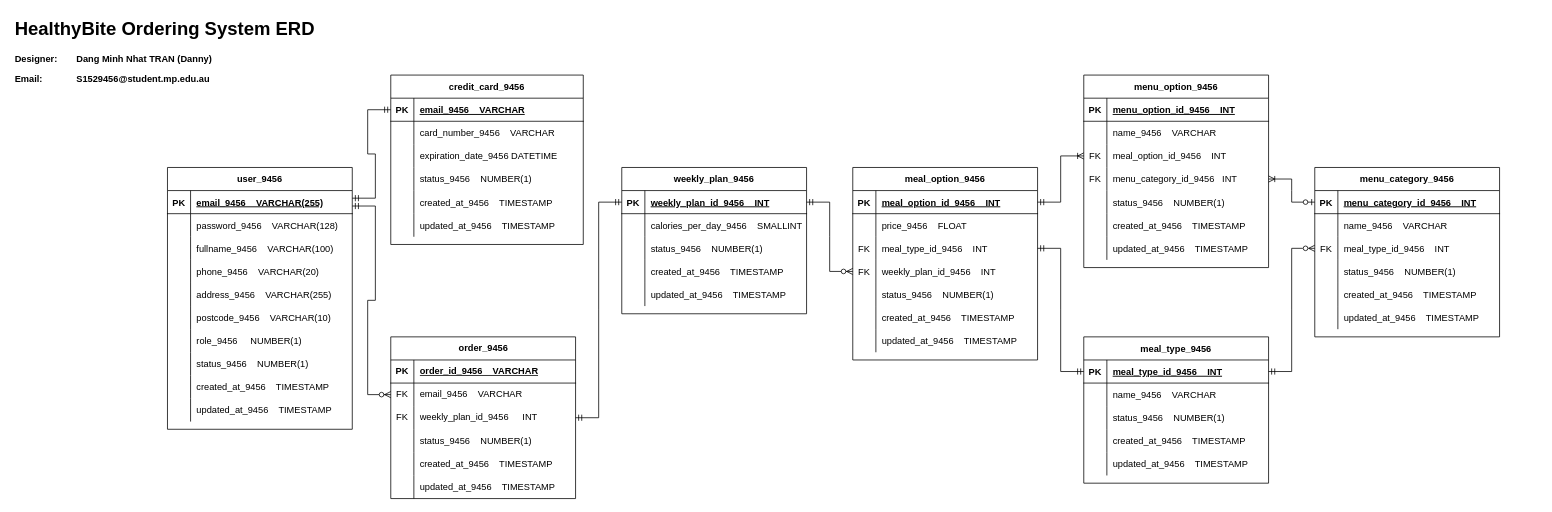
Above: Untitled Diagram.drawio in DannyTran3000/er_diagram (draw.io), before the change. Source tidied: cells renumbered, new cells numbered last; positions are measured from the earlier drawing's top-left corner, leaving out a move shared by most shapes. Both pictures are drawn from the tidied source at 77%, with x=0, y=0 at pixel (13, 13).
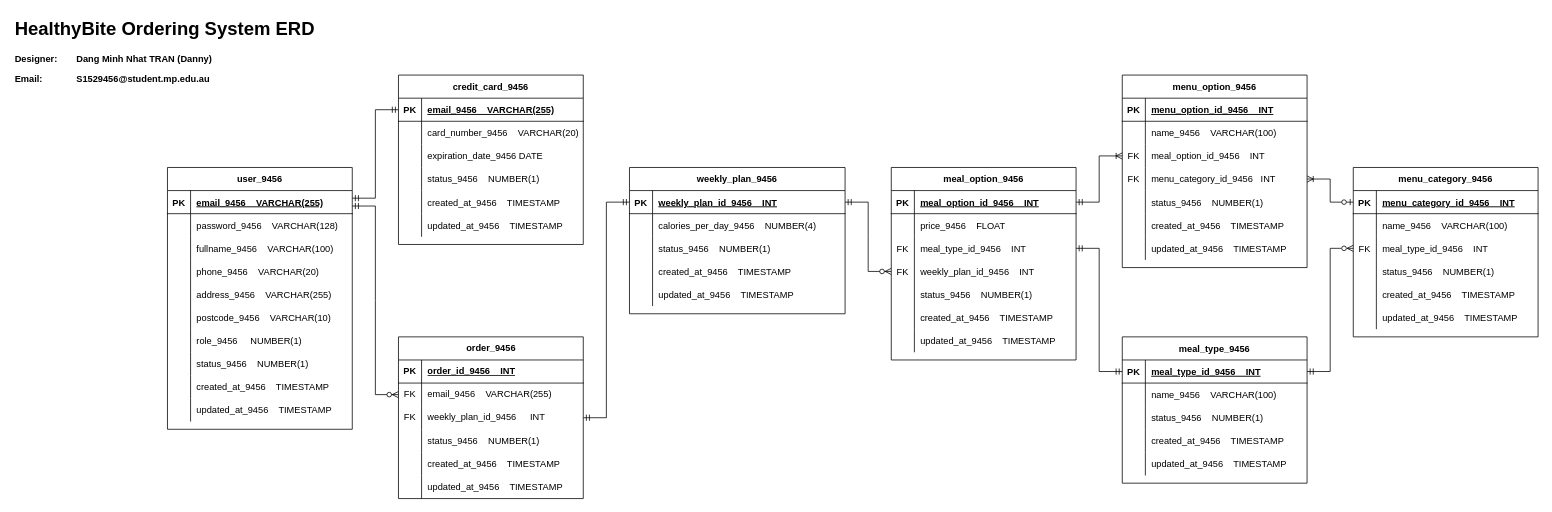
Above is the later version.

The change refers to these unchanged cells:
```xml
<mxCell id="25" style="shape=partialRectangle;fillColor=none;top=0;left=0;right=0;bottom=0;" parent="21" vertex="1">
  <mxGeometry y="60" width="240" height="30" as="geometry" />
</mxCell>
<mxCell id="96" style="shape=partialRectangle;fillColor=none;top=0;left=0;right=0;bottom=0;" parent="92" vertex="1">
  <mxGeometry y="60" width="240" height="30" as="geometry" />
</mxCell>
<mxCell id="118" style="shape=partialRectangle;fillColor=none;top=0;left=0;right=0;bottom=0;" parent="114" vertex="1">
  <mxGeometry y="60" width="240" height="30" as="geometry" />
</mxCell>
<mxCell id="137" style="shape=partialRectangle;fillColor=none;top=0;left=0;right=0;bottom=0;" parent="133" vertex="1">
  <mxGeometry y="60" width="240" height="30" as="geometry" />
</mxCell>
<mxCell id="157" style="shape=tableRow;horizontal=0;startSize=0;swimlaneHead=0;swimlaneBody=0;fillColor=none;top=0;left=0;right=0;bottom=1;" parent="156" vertex="1">
  <mxGeometry y="30" width="240" height="30" as="geometry" />
</mxCell>
<mxCell id="160" style="shape=tableRow;horizontal=0;startSize=0;swimlaneHead=0;swimlaneBody=0;fillColor=none;points=[[0,0.5],[1,0.5]];portConstraint=eastwest;top=0;left=0;right=0;bottom=0;" parent="156" vertex="1">
  <mxGeometry y="60" width="240" height="30" as="geometry" />
</mxCell>
```

Diff of the diagram source:
```diff
@@
     <mxCell id="2" value="credit_card_9456" style="shape=table;startSize=30;childLayout=tableLayout;rowLines=0;fontStyle=1;align=center;" parent="1" vertex="1">
-      <mxGeometry x="490" y="80" width="250" height="220" as="geometry" />
+      <mxGeometry x="500" y="80" width="240" height="220" as="geometry" />
     </mxCell>
     <mxCell id="3" style="shape=partialRectangle;fillColor=none;points=[[0,0.5],[1,0.5]];portConstraint=eastwest;top=0;left=0;right=0;bottom=1;" parent="2" vertex="1">
-      <mxGeometry y="30" width="250" height="30" as="geometry" />
+      <mxGeometry y="30" width="240" height="30" as="geometry" />
     </mxCell>
@@
-    <mxCell id="5" value="email_9456    VARCHAR" style="shape=partialRectangle;overflow=hidden;fillColor=none;top=0;left=0;bottom=0;right=0;align=left;spacingLeft=6;fontStyle=5;" parent="3" vertex="1">
-      <mxGeometry x="30" width="220" height="30" as="geometry" />
+    <mxCell id="5" value="email_9456    VARCHAR(255)" style="shape=partialRectangle;overflow=hidden;fillColor=none;top=0;left=0;bottom=0;right=0;align=left;spacingLeft=6;fontStyle=5;" parent="3" vertex="1">
+      <mxGeometry x="30" width="210" height="30" as="geometry" />
     </mxCell>
     <mxCell id="6" style="shape=partialRectangle;fillColor=none;top=0;left=0;right=0;bottom=0;" parent="2" vertex="1">
-      <mxGeometry y="60" width="250" height="30" as="geometry" />
+      <mxGeometry y="60" width="240" height="30" as="geometry" />
     </mxCell>
@@
-    <mxCell id="8" value="card_number_9456    VARCHAR" style="shape=partialRectangle;overflow=hidden;fillColor=none;top=0;left=0;bottom=0;right=0;align=left;spacingLeft=6;" parent="6" vertex="1">
-      <mxGeometry x="30" width="220" height="30" as="geometry" />
+    <mxCell id="8" value="card_number_9456    VARCHAR(20)" style="shape=partialRectangle;overflow=hidden;fillColor=none;top=0;left=0;bottom=0;right=0;align=left;spacingLeft=6;" parent="6" vertex="1">
+      <mxGeometry x="30" width="210" height="30" as="geometry" />
     </mxCell>
     <mxCell id="9" style="shape=partialRectangle;fillColor=none;top=0;left=0;right=0;bottom=0;" parent="2" vertex="1">
-      <mxGeometry y="90" width="250" height="30" as="geometry" />
+      <mxGeometry y="90" width="240" height="30" as="geometry" />
     </mxCell>
@@
-    <mxCell id="11" value="expiration_date_9456 DATETIME" style="shape=partialRectangle;overflow=hidden;fillColor=none;top=0;left=0;bottom=0;right=0;align=left;spacingLeft=6;" parent="9" vertex="1">
-      <mxGeometry x="30" width="220" height="30" as="geometry" />
+    <mxCell id="11" value="expiration_date_9456 DATE" style="shape=partialRectangle;overflow=hidden;fillColor=none;top=0;left=0;bottom=0;right=0;align=left;spacingLeft=6;" parent="9" vertex="1">
+      <mxGeometry x="30" width="210" height="30" as="geometry" />
     </mxCell>
     <mxCell id="12" style="shape=partialRectangle;fillColor=none;top=0;left=0;right=0;bottom=0;" parent="2" vertex="1">
-      <mxGeometry y="120" width="250" height="30" as="geometry" />
+      <mxGeometry y="120" width="240" height="30" as="geometry" />
     </mxCell>
@@
     <mxCell id="14" value="status_9456    NUMBER(1)" style="shape=partialRectangle;overflow=hidden;fillColor=none;top=0;left=0;bottom=0;right=0;align=left;spacingLeft=6;" parent="12" vertex="1">
-      <mxGeometry x="30" width="220" height="30" as="geometry" />
+      <mxGeometry x="30" width="210" height="30" as="geometry" />
     </mxCell>
     <mxCell id="15" style="shape=partialRectangle;fillColor=none;top=0;left=0;right=0;bottom=0;" parent="2" vertex="1">
-      <mxGeometry y="150" width="250" height="30" as="geometry" />
+      <mxGeometry y="150" width="240" height="30" as="geometry" />
     </mxCell>
@@
     <mxCell id="17" value="created_at_9456    TIMESTAMP" style="shape=partialRectangle;overflow=hidden;fillColor=none;top=0;left=0;bottom=0;right=0;align=left;spacingLeft=6;" parent="15" vertex="1">
-      <mxGeometry x="30" width="220" height="30" as="geometry" />
+      <mxGeometry x="30" width="210" height="30" as="geometry" />
     </mxCell>
     <mxCell id="18" style="shape=partialRectangle;fillColor=none;top=0;left=0;right=0;bottom=0;" parent="2" vertex="1">
-      <mxGeometry y="180" width="250" height="30" as="geometry" />
+      <mxGeometry y="180" width="240" height="30" as="geometry" />
     </mxCell>
@@
     <mxCell id="20" value="updated_at_9456    TIMESTAMP" style="shape=partialRectangle;overflow=hidden;fillColor=none;top=0;left=0;bottom=0;right=0;align=left;spacingLeft=6;" parent="18" vertex="1">
-      <mxGeometry x="30" width="220" height="30" as="geometry" />
+      <mxGeometry x="30" width="210" height="30" as="geometry" />
     </mxCell>
     <mxCell id="21" value="meal_option_9456" style="shape=table;startSize=30;childLayout=tableLayout;rowLines=0;fontStyle=1;align=center;" parent="1" vertex="1">
-      <mxGeometry x="1090" y="200" width="240" height="250" as="geometry" />
+      <mxGeometry x="1140" y="200" width="240" height="250" as="geometry" />
     </mxCell>
@@
-    <mxCell id="27" value="price_9456    FLOAT " style="shape=partialRectangle;overflow=hidden;fillColor=none;top=0;left=0;bottom=0;right=0;align=left;spacingLeft=6;" parent="25" vertex="1">
+    <mxCell id="27" value="price_9456    FLOAT" style="shape=partialRectangle;overflow=hidden;fillColor=none;top=0;left=0;bottom=0;right=0;align=left;spacingLeft=6;" parent="25" vertex="1">
       <mxGeometry x="30" width="210" height="30" as="geometry" />
     </mxCell>
@@
     <mxCell id="75" value="weekly_plan_9456" style="shape=table;startSize=30;childLayout=tableLayout;rowLines=0;fontStyle=1;align=center;" parent="1" vertex="1">
-      <mxGeometry x="790" y="200" width="240" height="190" as="geometry" />
+      <mxGeometry x="800" y="200" width="280" height="190" as="geometry" />
     </mxCell>
     <mxCell id="76" style="shape=partialRectangle;fillColor=none;points=[[0,0.5],[1,0.5]];portConstraint=eastwest;top=0;left=0;right=0;bottom=1;" parent="75" vertex="1">
-      <mxGeometry y="30" width="240" height="30" as="geometry" />
+      <mxGeometry y="30" width="280" height="30" as="geometry" />
     </mxCell>
@@
     <mxCell id="78" value="weekly_plan_id_9456    INT" style="shape=partialRectangle;overflow=hidden;fillColor=none;top=0;left=0;bottom=0;right=0;align=left;spacingLeft=6;fontStyle=5;" parent="76" vertex="1">
-      <mxGeometry x="30" width="210" height="30" as="geometry" />
+      <mxGeometry x="30" width="250" height="30" as="geometry" />
     </mxCell>
     <mxCell id="79" style="shape=partialRectangle;fillColor=none;top=0;left=0;right=0;bottom=0;" parent="75" vertex="1">
-      <mxGeometry y="60" width="240" height="30" as="geometry" />
+      <mxGeometry y="60" width="280" height="30" as="geometry" />
     </mxCell>
@@
-    <mxCell id="81" value="calories_per_day_9456    SMALLINT" style="shape=partialRectangle;overflow=hidden;fillColor=none;top=0;left=0;bottom=0;right=0;align=left;spacingLeft=6;" parent="79" vertex="1">
-      <mxGeometry x="30" width="210" height="30" as="geometry" />
+    <mxCell id="81" value="calories_per_day_9456    NUMBER(4)" style="shape=partialRectangle;overflow=hidden;fillColor=none;top=0;left=0;bottom=0;right=0;align=left;spacingLeft=6;" parent="79" vertex="1">
+      <mxGeometry x="30" width="250" height="30" as="geometry" />
     </mxCell>
     <mxCell id="82" style="shape=partialRectangle;fillColor=none;top=0;left=0;right=0;bottom=0;" parent="75" vertex="1">
-      <mxGeometry y="90" width="240" height="30" as="geometry" />
+      <mxGeometry y="90" width="280" height="30" as="geometry" />
     </mxCell>
@@
     <mxCell id="84" value="status_9456    NUMBER(1)" style="shape=partialRectangle;overflow=hidden;fillColor=none;top=0;left=0;bottom=0;right=0;align=left;spacingLeft=6;" parent="82" vertex="1">
-      <mxGeometry x="30" width="210" height="30" as="geometry" />
+      <mxGeometry x="30" width="250" height="30" as="geometry" />
     </mxCell>
     <mxCell id="85" style="shape=partialRectangle;fillColor=none;top=0;left=0;right=0;bottom=0;" parent="75" vertex="1">
-      <mxGeometry y="120" width="240" height="30" as="geometry" />
+      <mxGeometry y="120" width="280" height="30" as="geometry" />
     </mxCell>
@@
     <mxCell id="87" value="created_at_9456    TIMESTAMP" style="shape=partialRectangle;overflow=hidden;fillColor=none;top=0;left=0;bottom=0;right=0;align=left;spacingLeft=6;" parent="85" vertex="1">
-      <mxGeometry x="30" width="210" height="30" as="geometry" />
+      <mxGeometry x="30" width="250" height="30" as="geometry" />
     </mxCell>
     <mxCell id="88" style="shape=partialRectangle;fillColor=none;top=0;left=0;right=0;bottom=0;" parent="75" vertex="1">
-      <mxGeometry y="150" width="240" height="30" as="geometry" />
+      <mxGeometry y="150" width="280" height="30" as="geometry" />
     </mxCell>
@@
     <mxCell id="90" value="updated_at_9456    TIMESTAMP" style="shape=partialRectangle;overflow=hidden;fillColor=none;top=0;left=0;bottom=0;right=0;align=left;spacingLeft=6;" parent="88" vertex="1">
-      <mxGeometry x="30" width="210" height="30" as="geometry" />
+      <mxGeometry x="30" width="250" height="30" as="geometry" />
     </mxCell>
@@
     <mxCell id="92" value="menu_option_9456" style="shape=table;startSize=30;childLayout=tableLayout;rowLines=0;fontStyle=1;align=center;" parent="1" vertex="1">
-      <mxGeometry x="1390" y="80" width="240" height="250" as="geometry" />
+      <mxGeometry x="1440" y="80" width="240" height="250" as="geometry" />
     </mxCell>
@@
-    <mxCell id="98" value="name_9456    VARCHAR" style="shape=partialRectangle;overflow=hidden;fillColor=none;top=0;left=0;bottom=0;right=0;align=left;spacingLeft=6;" parent="96" vertex="1">
+    <mxCell id="98" value="name_9456    VARCHAR(100)" style="shape=partialRectangle;overflow=hidden;fillColor=none;top=0;left=0;bottom=0;right=0;align=left;spacingLeft=6;" parent="96" vertex="1">
       <mxGeometry x="30" width="210" height="30" as="geometry" />
     </mxCell>
@@
     <mxCell id="114" value="menu_category_9456" style="shape=table;startSize=30;childLayout=tableLayout;rowLines=0;fontStyle=1;align=center;" parent="1" vertex="1">
-      <mxGeometry x="1690" y="200" width="240" height="220" as="geometry" />
+      <mxGeometry x="1740" y="200" width="240" height="220" as="geometry" />
     </mxCell>
@@
-    <mxCell id="120" value="name_9456    VARCHAR" style="shape=partialRectangle;overflow=hidden;fillColor=none;top=0;left=0;bottom=0;right=0;align=left;spacingLeft=6;" parent="118" vertex="1">
+    <mxCell id="120" value="name_9456    VARCHAR(100)" style="shape=partialRectangle;overflow=hidden;fillColor=none;top=0;left=0;bottom=0;right=0;align=left;spacingLeft=6;" parent="118" vertex="1">
       <mxGeometry x="30" width="210" height="30" as="geometry" />
     </mxCell>
@@
     <mxCell id="133" value="meal_type_9456" style="shape=table;startSize=30;childLayout=tableLayout;rowLines=0;fontStyle=1;align=center;" parent="1" vertex="1">
-      <mxGeometry x="1390" y="420" width="240" height="190" as="geometry" />
+      <mxGeometry x="1440" y="420" width="240" height="190" as="geometry" />
     </mxCell>
@@
-    <mxCell id="139" value="name_9456    VARCHAR" style="shape=partialRectangle;overflow=hidden;fillColor=none;top=0;left=0;bottom=0;right=0;align=left;spacingLeft=6;" parent="137" vertex="1">
+    <mxCell id="139" value="name_9456    VARCHAR(100)" style="shape=partialRectangle;overflow=hidden;fillColor=none;top=0;left=0;bottom=0;right=0;align=left;spacingLeft=6;" parent="137" vertex="1">
       <mxGeometry x="30" width="210" height="30" as="geometry" />
     </mxCell>
@@
     <mxCell id="156" value="order_9456" style="shape=table;startSize=30;childLayout=tableLayout;rowLines=0;fontStyle=1;align=center;html=1;" parent="1" vertex="1">
-      <mxGeometry x="490" y="420" width="240" height="210" as="geometry" />
+      <mxGeometry x="500" y="420" width="240" height="210" as="geometry" />
     </mxCell>
@@
-    <mxCell id="159" value="&lt;span style=&quot;text-wrap: nowrap;&quot;&gt;order_id_9456&amp;nbsp;&amp;nbsp;&amp;nbsp;&amp;nbsp;VARCHAR&lt;/span&gt;" style="shape=partialRectangle;fillColor=none;top=0;left=0;bottom=0;right=0;align=left;spacingLeft=6;fontStyle=5;overflow=hidden;whiteSpace=wrap;html=1;" parent="157" vertex="1">
+    <mxCell id="159" value="&lt;span style=&quot;text-wrap: nowrap;&quot;&gt;order_id_9456&amp;nbsp; &amp;nbsp; INT&lt;/span&gt;" style="shape=partialRectangle;fillColor=none;top=0;left=0;bottom=0;right=0;align=left;spacingLeft=6;fontStyle=5;overflow=hidden;whiteSpace=wrap;html=1;" parent="157" vertex="1">
       <mxGeometry x="30" width="210" height="30" as="geometry" />
     </mxCell>
@@
-    <mxCell id="162" value="&lt;span style=&quot;text-wrap: nowrap;&quot;&gt;email_9456&amp;nbsp;&amp;nbsp;&amp;nbsp;&amp;nbsp;VARCHAR&lt;/span&gt;" style="shape=partialRectangle;fillColor=none;top=0;left=0;bottom=0;right=0;align=left;spacingLeft=6;overflow=hidden;whiteSpace=wrap;html=1;" parent="160" vertex="1">
+    <mxCell id="162" value="&lt;span style=&quot;text-wrap: nowrap;&quot;&gt;email_9456&amp;nbsp;&amp;nbsp;&amp;nbsp;&amp;nbsp;VARCHAR(255)&lt;/span&gt;" style="shape=partialRectangle;fillColor=none;top=0;left=0;bottom=0;right=0;align=left;spacingLeft=6;overflow=hidden;whiteSpace=wrap;html=1;" parent="160" vertex="1">
       <mxGeometry x="30" width="210" height="30" as="geometry" />
     </mxCell>
```
